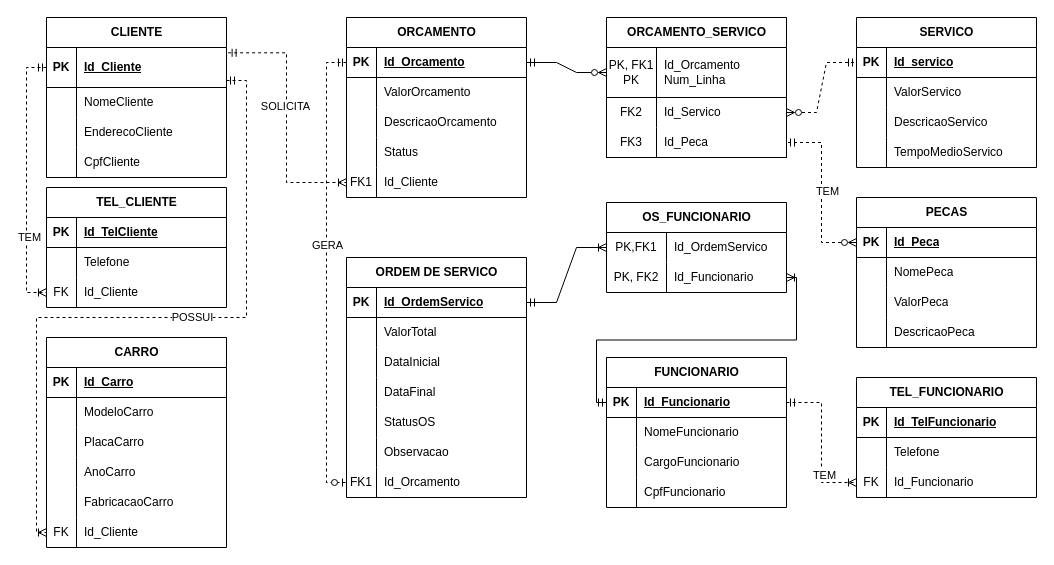
Above: Conceitual_AMCamillo.drawio in VyttorRamos/BDDIFSPCJO (draw.io), before the change. Source tidied: cells renumbered, new cells numbered last; positions are measured from the earlier drawing's top-left corner, leaving out a move shared by most shapes. Both pictures are drawn from the tidied source at 100%, with x=0, y=0 at pixel (26, 17).
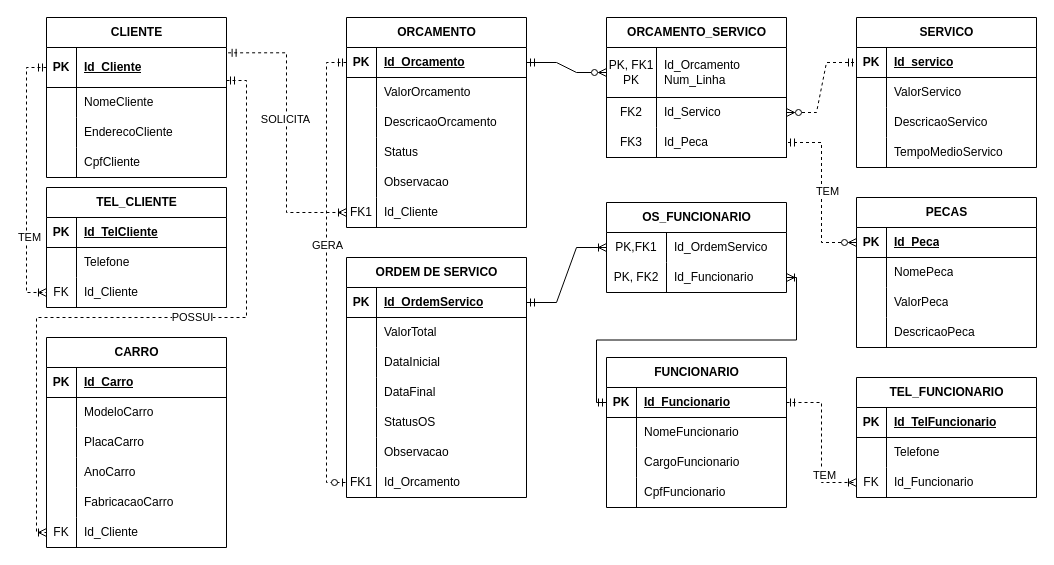
Above is the later version.

The change refers to these unchanged cells:
```xml
<mxCell id="3" style="shape=tableRow;horizontal=0;startSize=0;swimlaneHead=0;swimlaneBody=0;fillColor=none;points=[[0,0.5],[1,0.5]];portConstraint=eastwest;top=0;left=0;right=0;bottom=1;" parent="2" vertex="1">
  <mxGeometry y="30" width="180" height="40" as="geometry" />
</mxCell>
<mxCell id="47" style="shape=tableRow;horizontal=0;startSize=0;swimlaneHead=0;swimlaneBody=0;fillColor=none;points=[[0,0.5],[1,0.5]];portConstraint=eastwest;top=0;left=0;right=0;bottom=0;" parent="34" vertex="1">
  <mxGeometry y="150" width="180" height="30" as="geometry" />
</mxCell>
```

What changed in the source:
```diff
@@
     <mxCell id="34" value="ORCAMENTO" style="shape=table;startSize=30;childLayout=tableLayout;rowLines=0;fontStyle=1;align=center;html=1;" parent="1" vertex="1">
-      <mxGeometry x="320" width="180" height="180" as="geometry" />
+      <mxGeometry x="320" width="180" height="210" as="geometry" />
     </mxCell>
@@
-    <mxCell id="48" value="FK1" style="shape=partialRectangle;fillColor=none;top=0;left=0;bottom=0;right=0;overflow=hidden;whiteSpace=wrap;html=1;" parent="47" vertex="1">
+    <mxCell id="48" style="shape=partialRectangle;fillColor=none;top=0;left=0;bottom=0;right=0;overflow=hidden;whiteSpace=wrap;html=1;" parent="47" vertex="1">
       <mxGeometry width="30" height="30" as="geometry" />
     </mxCell>
-    <mxCell id="49" value="Id_Cliente" style="shape=partialRectangle;fillColor=none;top=0;left=0;bottom=0;right=0;align=left;spacingLeft=6;overflow=hidden;whiteSpace=wrap;html=1;" parent="47" vertex="1">
+    <mxCell id="49" value="Observacao" style="shape=partialRectangle;fillColor=none;top=0;left=0;bottom=0;right=0;align=left;spacingLeft=6;overflow=hidden;whiteSpace=wrap;html=1;" parent="47" vertex="1">
       <mxGeometry x="30" width="150" height="30" as="geometry" />
     </mxCell>
+    <mxCell id="164" style="shape=tableRow;horizontal=0;startSize=0;swimlaneHead=0;swimlaneBody=0;fillColor=none;points=[[0,0.5],[1,0.5]];portConstraint=eastwest;top=0;left=0;right=0;bottom=0;" parent="34" vertex="1">
+      <mxGeometry y="180" width="180" height="30" as="geometry" />
+    </mxCell>
+    <mxCell id="165" value="FK1" style="shape=partialRectangle;fillColor=none;top=0;left=0;bottom=0;right=0;overflow=hidden;whiteSpace=wrap;html=1;" parent="164" vertex="1">
+      <mxGeometry width="30" height="30" as="geometry" />
+    </mxCell>
+    <mxCell id="166" value="Id_Cliente" style="shape=partialRectangle;fillColor=none;top=0;left=0;bottom=0;right=0;align=left;spacingLeft=6;overflow=hidden;whiteSpace=wrap;html=1;" parent="164" vertex="1">
+      <mxGeometry x="30" width="150" height="30" as="geometry" />
+    </mxCell>
@@
-    <mxCell id="137" style="fontSize=12;html=1;endArrow=ERoneToMany;startArrow=ERmandOne;rounded=0;exitX=1.009;exitY=0.133;exitDx=0;exitDy=0;entryX=0;entryY=0.5;entryDx=0;entryDy=0;elbow=vertical;dashed=1;edgeStyle=orthogonalEdgeStyle;exitPerimeter=0;" parent="1" edge="1" source="3" target="47">
+    <mxCell id="137" style="fontSize=12;html=1;endArrow=ERoneToMany;startArrow=ERmandOne;rounded=0;exitX=1.009;exitY=0.133;exitDx=0;exitDy=0;entryX=0;entryY=0.5;entryDx=0;entryDy=0;elbow=vertical;dashed=1;edgeStyle=orthogonalEdgeStyle;exitPerimeter=0;" parent="1" edge="1" source="3" target="164">
       <mxGeometry relative="1" as="geometry" />
     </mxCell>
```
